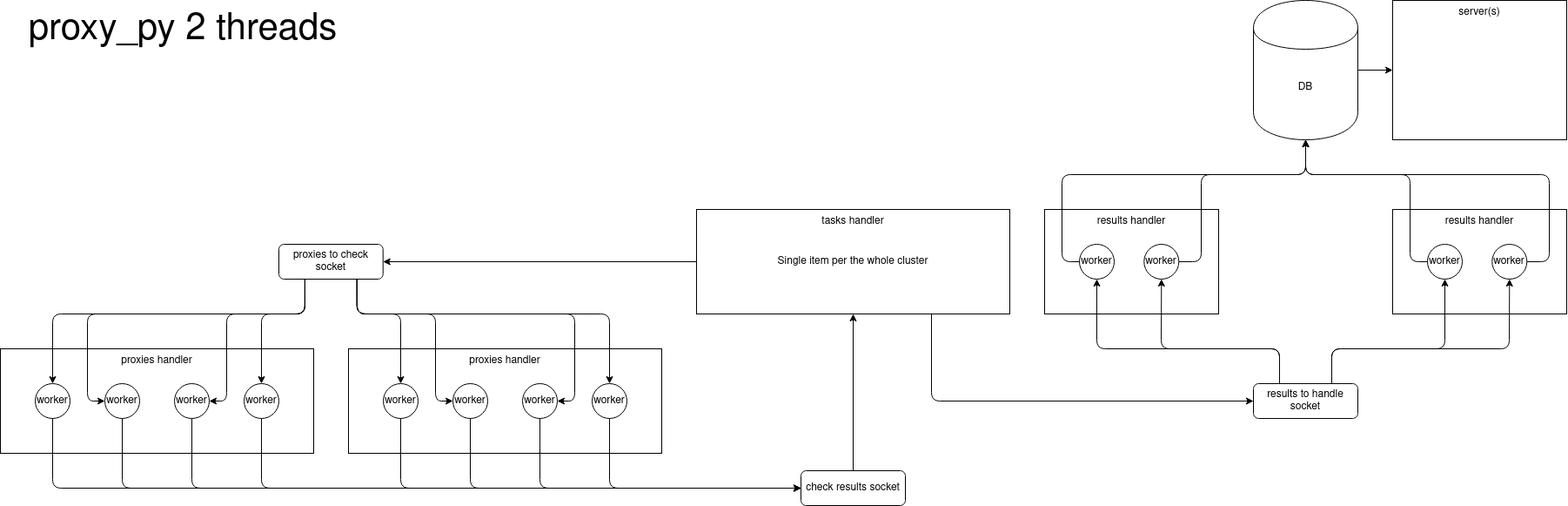
Above: architecture.png in DevAlone/proxy_py (draw.io), before the change. Source tidied: cells renumbered, new cells last; positions are measured from the earlier drawing's top-left corner, leaving out a move shared by most shapes.
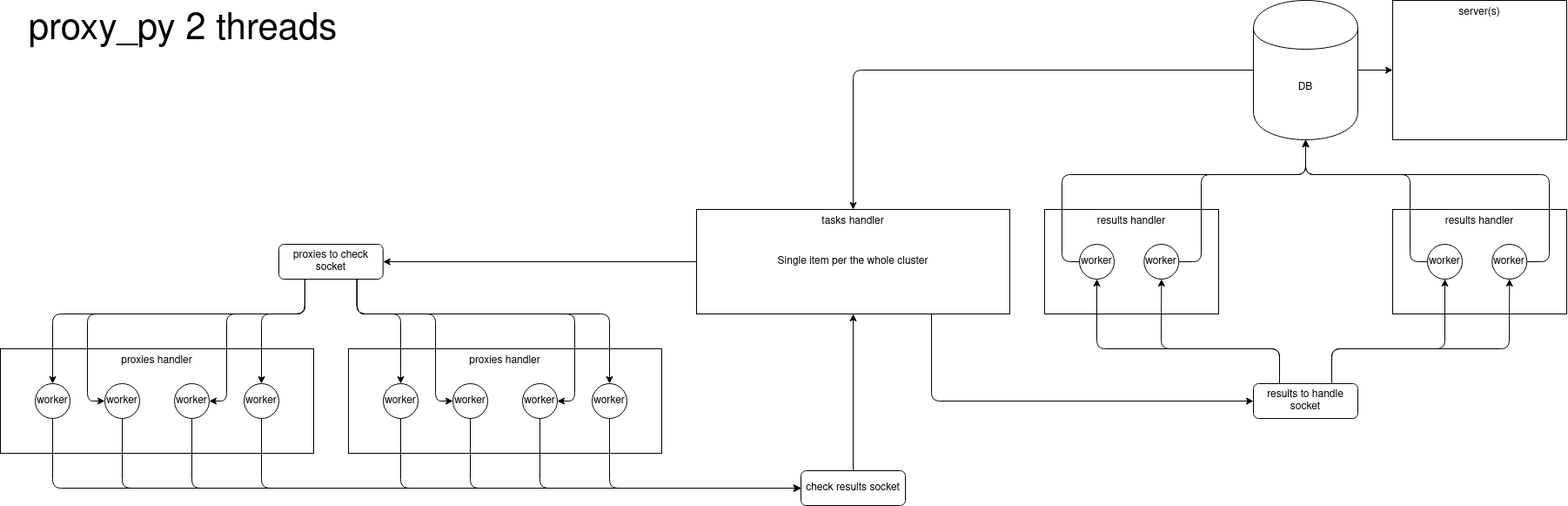
After the change.

What changed in the source:
```diff
@@ -65,6 +65,9 @@
     <mxCell id="22" style="edgeStyle=orthogonalEdgeStyle;rounded=0;jettySize=auto;html=1;exitX=1;exitY=0.5;exitDx=0;exitDy=0;" parent="1" edge="1" source="23" target="24">
       <mxGeometry relative="1" as="geometry" />
     </mxCell>
+    <mxCell id="54" style="edgeStyle=orthogonalEdgeStyle;rounded=1;jettySize=auto;html=1;exitX=0;exitY=0.5;exitDx=0;exitDy=0;fontSize=12;" parent="1" edge="1" source="23" target="17">
+      <mxGeometry relative="1" as="geometry" />
+    </mxCell>
     <mxCell id="23" value="DB" style="shape=cylinder;whiteSpace=wrap;html=1;boundedLbl=1;backgroundOutline=1;verticalAlign=middle;" parent="1" vertex="1">
       <mxGeometry x="1440" width="120" height="160" as="geometry" />
     </mxCell>
```
